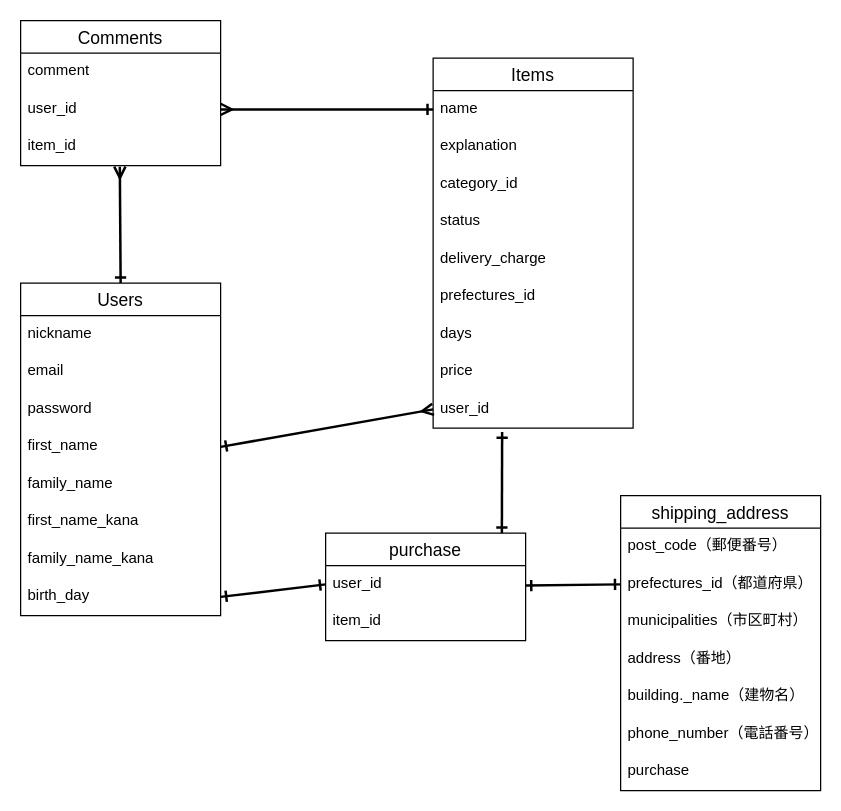
shimi1991/furima-37284 keeps this draw.io diagram as databece.dio. Above is the earlier version. Source tidied: cells renumbered, new cells numbered last; positions are measured from the earlier drawing's top-left corner, leaving out a move shared by most shapes. Both pictures are drawn from the tidied source at 125%, with x=0, y=0 at pixel (20, 20).
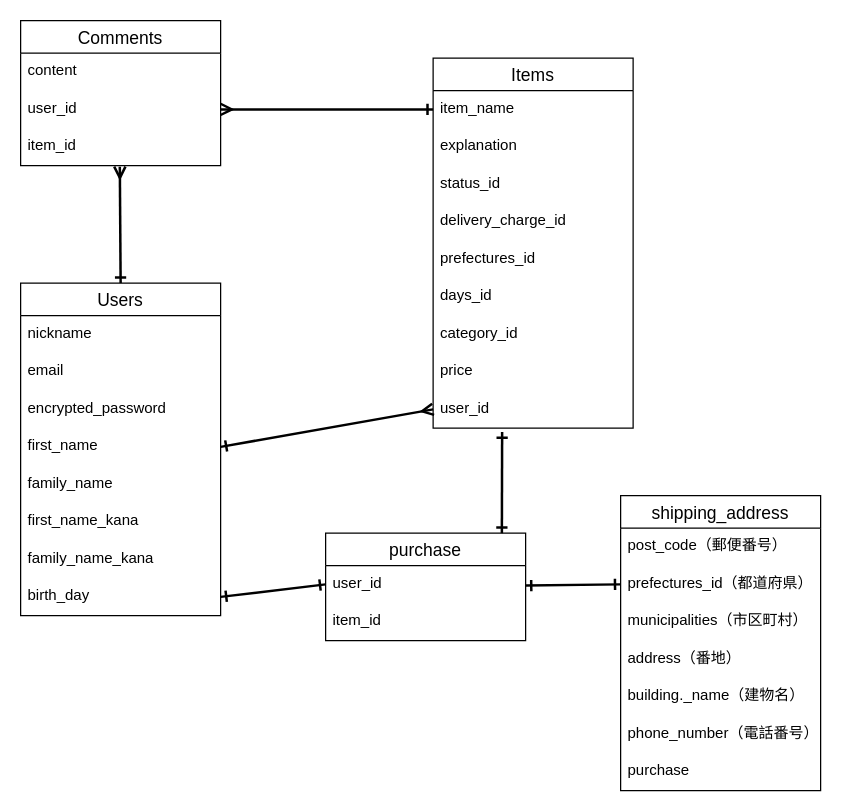
The same diagram, later.

Commit message (it also covers changes not shown here):
データベース修正３

The change refers to these unchanged cells:
```xml
<mxCell id="4" value="Users" style="swimlane;fontStyle=0;horizontal=1;startSize=26;align=center;fontSize=14;" parent="1" vertex="1">
  <mxGeometry y="210" width="160" height="266" as="geometry" />
</mxCell>
<mxCell id="13" value="Items" style="swimlane;fontStyle=0;horizontal=1;startSize=26;align=center;fontSize=14;" parent="1" vertex="1">
  <mxGeometry x="330" y="30" width="160" height="296" as="geometry" />
</mxCell>
<mxCell id="37" value="Comments" style="swimlane;fontStyle=0;horizontal=1;startSize=26;align=center;fontSize=14;" parent="1" vertex="1">
  <mxGeometry width="160" height="116" as="geometry" />
</mxCell>
```

Change to the diagram source:
```diff
@@
-    <mxCell id="7" value="password" style="text;strokeColor=none;fillColor=none;spacingLeft=4;spacingRight=4;overflow=hidden;fontSize=12;" parent="4" vertex="1">
+    <mxCell id="7" value="encrypted_password" style="text;strokeColor=none;fillColor=none;spacingLeft=4;spacingRight=4;overflow=hidden;fontSize=12;" parent="4" vertex="1">
       <mxGeometry y="86" width="160" height="30" as="geometry" />
     </mxCell>
@@
-    <mxCell id="14" value="name" style="text;strokeColor=none;fillColor=none;spacingLeft=4;spacingRight=4;overflow=hidden;fontSize=12;" parent="13" vertex="1">
+    <mxCell id="14" value="item_name" style="text;strokeColor=none;fillColor=none;spacingLeft=4;spacingRight=4;overflow=hidden;fontSize=12;" parent="13" vertex="1">
       <mxGeometry y="26" width="160" height="30" as="geometry" />
     </mxCell>
@@
-    <mxCell id="16" value="category_id" style="text;strokeColor=none;fillColor=none;spacingLeft=4;spacingRight=4;overflow=hidden;fontSize=12;" parent="13" vertex="1">
-      <mxGeometry y="86" width="160" height="30" as="geometry" />
-    </mxCell>
-    <mxCell id="17" value="status" style="text;strokeColor=none;fillColor=none;spacingLeft=4;spacingRight=4;overflow=hidden;fontSize=12;" parent="13" vertex="1">
-      <mxGeometry y="116" width="160" height="30" as="geometry" />
+    <mxCell id="17" value="status_id" style="text;strokeColor=none;fillColor=none;spacingLeft=4;spacingRight=4;overflow=hidden;fontSize=12;" parent="13" vertex="1">
+      <mxGeometry y="86" width="160" height="30" as="geometry" />
     </mxCell>
-    <mxCell id="18" value="delivery_charge" style="text;strokeColor=none;fillColor=none;spacingLeft=4;spacingRight=4;overflow=hidden;fontSize=12;" parent="13" vertex="1">
-      <mxGeometry y="146" width="160" height="30" as="geometry" />
+    <mxCell id="18" value="delivery_charge_id" style="text;strokeColor=none;fillColor=none;spacingLeft=4;spacingRight=4;overflow=hidden;fontSize=12;" parent="13" vertex="1">
+      <mxGeometry y="116" width="160" height="30" as="geometry" />
     </mxCell>
     <mxCell id="19" value="prefectures_id" style="text;strokeColor=none;fillColor=none;spacingLeft=4;spacingRight=4;overflow=hidden;fontSize=12;" parent="13" vertex="1">
-      <mxGeometry y="176" width="160" height="30" as="geometry" />
+      <mxGeometry y="146" width="160" height="30" as="geometry" />
     </mxCell>
-    <mxCell id="20" value="days" style="text;strokeColor=none;fillColor=none;spacingLeft=4;spacingRight=4;overflow=hidden;fontSize=12;" parent="13" vertex="1">
-      <mxGeometry y="206" width="160" height="30" as="geometry" />
+    <mxCell id="20" value="days_id" style="text;strokeColor=none;fillColor=none;spacingLeft=4;spacingRight=4;overflow=hidden;fontSize=12;" parent="13" vertex="1">
+      <mxGeometry y="176" width="160" height="30" as="geometry" />
     </mxCell>
+    <mxCell id="16" value="category_id" style="text;strokeColor=none;fillColor=none;spacingLeft=4;spacingRight=4;overflow=hidden;fontSize=12;" parent="13" vertex="1">
+      <mxGeometry y="206" width="160" height="30" as="geometry" />
+    </mxCell>
@@
-    <mxCell id="38" value="comment" style="text;strokeColor=none;fillColor=none;spacingLeft=4;spacingRight=4;overflow=hidden;fontSize=12;" parent="37" vertex="1">
+    <mxCell id="38" value="content" style="text;strokeColor=none;fillColor=none;spacingLeft=4;spacingRight=4;overflow=hidden;fontSize=12;" parent="37" vertex="1">
       <mxGeometry y="26" width="160" height="30" as="geometry" />
     </mxCell>
```
